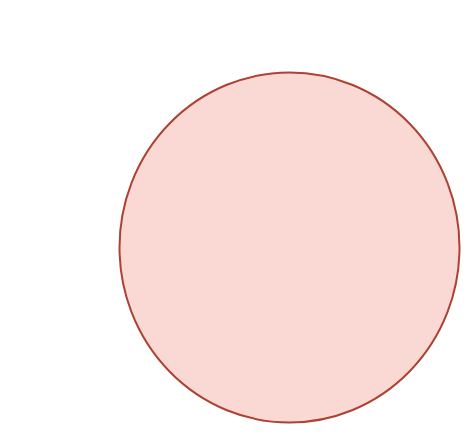
Before: BCS/International Affairs/01.Ancient Civilization/Untitled Diagram.drawio in Nh-em0n/QDoc, a draw.io diagram. Source tidied: cells renumbered, new cells numbered last; positions are measured from the earlier drawing's top-left corner, leaving out a move shared by most shapes. Both pictures are drawn from the tidied source at 100%, with x=0, y=0 at pixel (119, 72).
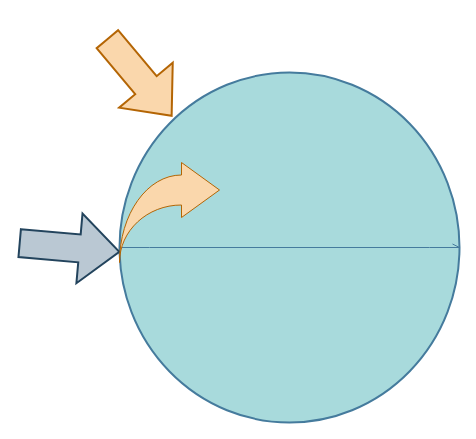
The same page after the edit.

Change to the diagram source:
```diff
@@
 <mxGraphModel>
   <root>
     <mxCell id="0" />
     <mxCell id="1" parent="0" />
-    <mxCell id="2" style="strokeWidth=2;html=1;shape=mxgraph.flowchart.start_2;whiteSpace=wrap;fillColor=light-dark(#FAD9D5,#FFCE9F);strokeColor=#ae4132;" parent="1" vertex="1">
+    <mxCell id="2" style="strokeWidth=2;html=1;shape=mxgraph.flowchart.start_2;whiteSpace=wrap;fillColor=#A8DADC;strokeColor=#457B9D;labelBackgroundColor=none;fontColor=#1D3557;" parent="1" vertex="1">
       <mxGeometry width="340" height="350" as="geometry" />
     </mxCell>
+    <mxCell id="3" style="verticalLabelPosition=bottom;verticalAlign=top;html=1;strokeWidth=2;shape=mxgraph.arrows2.arrow;dy=0.6;dx=40;notch=0;rotation=50;fillColor=#fad7ac;strokeColor=#b46504;labelBackgroundColor=none;" parent="1" vertex="1">
+      <mxGeometry x="-30" y="-30" width="100" height="70" as="geometry" />
+    </mxCell>
+    <mxCell id="4" style="verticalLabelPosition=bottom;verticalAlign=top;html=1;strokeWidth=2;shape=mxgraph.arrows2.arrow;dy=0.6;dx=40;notch=0;rotation=5;fillColor=#bac8d3;strokeColor=#23445d;labelBackgroundColor=none;" parent="1" vertex="1">
+      <mxGeometry x="-100" y="140" width="100" height="70" as="geometry" />
+    </mxCell>
+    <mxCell id="5" style="edgeStyle=entityRelationEdgeStyle;fontSize=12;html=1;endArrow=openAsync;endFill=0;rounded=0;entryX=1;entryY=0.5;entryDx=0;entryDy=0;entryPerimeter=0;fillColor=#A8DADC;strokeColor=#457B9D;labelBackgroundColor=none;fontColor=default;" parent="1" edge="1" source="4" target="2">
+      <mxGeometry relative="1" as="geometry" />
+    </mxCell>
+    <mxCell id="6" style="html=1;shadow=0;dashed=0;align=center;verticalAlign=middle;shape=mxgraph.arrows2.jumpInArrow;dy=15;dx=38;arrowHead=55;fillColor=#fad7ac;strokeColor=#b46504;labelBackgroundColor=none;" parent="1" vertex="1">
+      <mxGeometry y="90" width="100" height="100" as="geometry" />
+    </mxCell>
   </root>
 </mxGraphModel>
```
